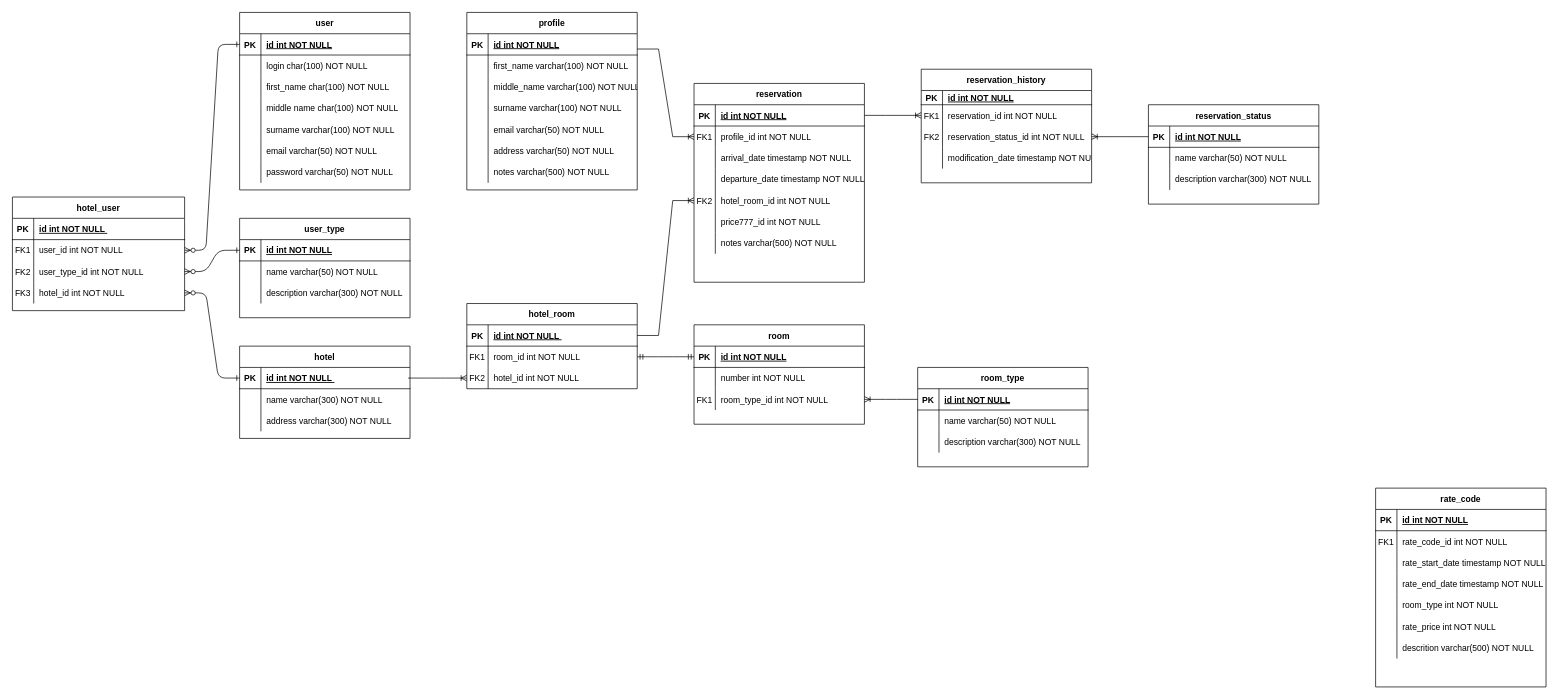
Earlier version of the draw.io diagram dbschema.drawio (Zinnur/hotel-service). Source tidied: cells renumbered, new cells numbered last; positions are measured from the earlier drawing's top-left corner, leaving out a move shared by most shapes. Both pictures are drawn from the tidied source at 71%, with x=0, y=0 at pixel (12, 12).
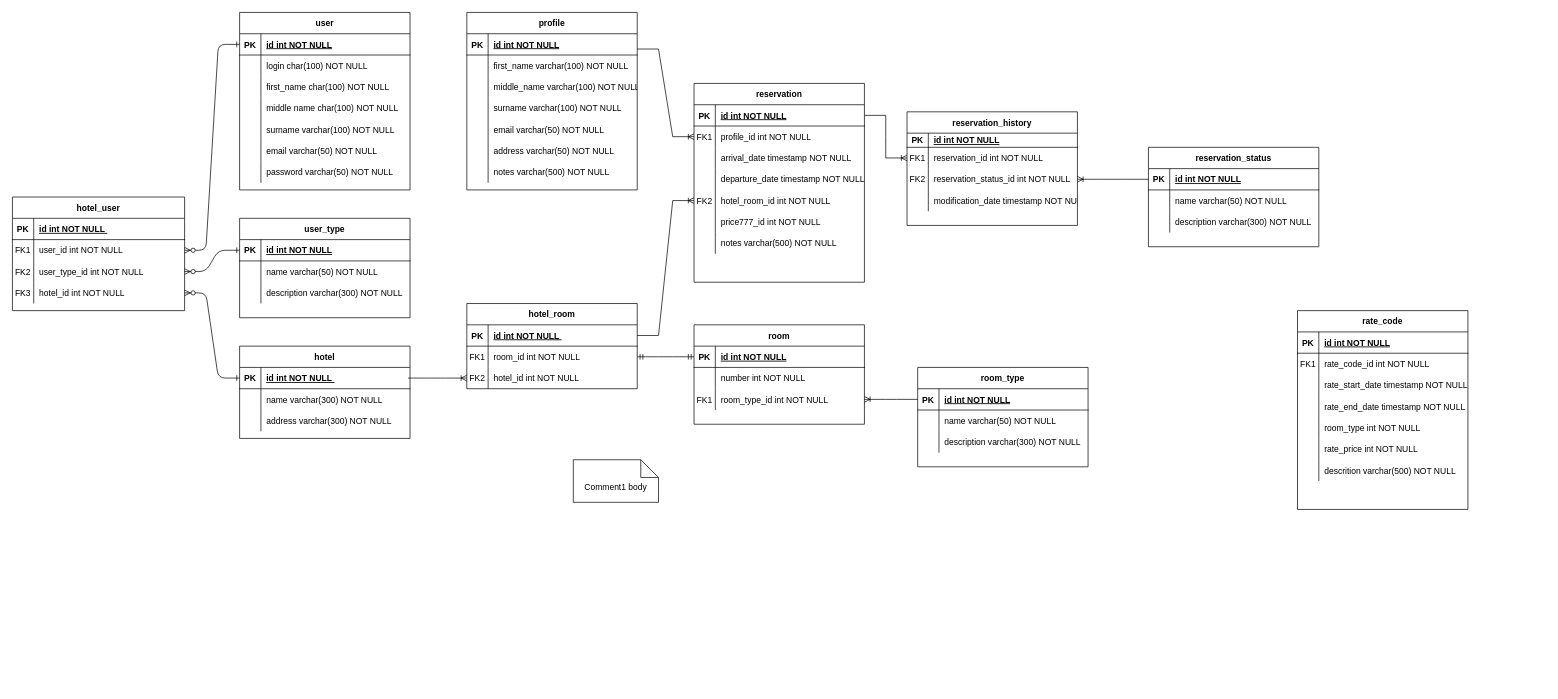
After the change.

Commit message:
dbschema.drawio - rate_code

The edit, as a diff of the source:
```diff
@@
     <mxCell id="60" value="reservation_status" style="shape=table;startSize=30;childLayout=tableLayout;rowLines=0;fontStyle=1;align=center;" parent="1" vertex="1">
-      <mxGeometry x="1600" y="130" width="240" height="140" as="geometry" />
+      <mxGeometry x="1600" y="190" width="240" height="140" as="geometry" />
     </mxCell>
@@
     <mxCell id="139" value="reservation_history" style="shape=table;startSize=30;childLayout=tableLayout;rowLines=0;fontStyle=1;align=center;" parent="1" vertex="1">
-      <mxGeometry x="1280" y="80" width="240" height="160" as="geometry" />
+      <mxGeometry x="1260" y="140" width="240" height="160" as="geometry" />
     </mxCell>
@@
     <mxCell id="164" value="rate_code" style="shape=table;startSize=30;childLayout=tableLayout;rowLines=0;fontStyle=1;align=center;" parent="1" vertex="1">
-      <mxGeometry x="1920" y="670" width="240" height="280" as="geometry" />
+      <mxGeometry x="1810" y="420" width="240" height="280" as="geometry" />
     </mxCell>
@@
+    <mxCell id="186" value="Comment1 body" style="shape=note2;boundedLbl=1;whiteSpace=wrap;html=1;size=25;verticalAlign=top;align=center;" parent="1" vertex="1">
+      <mxGeometry x="790" y="630" width="120" height="60" as="geometry" />
+    </mxCell>
```
